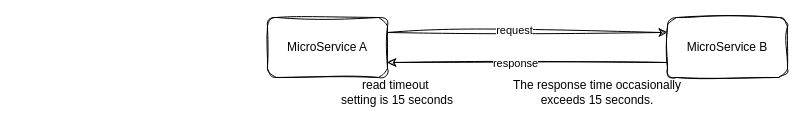
csmervyn/csmervyn.github.io keeps this draw.io diagram as spring-boot/rest-template/read-timeout-of-rest-template/read-timeout-issue.drawio. Above is the earlier version. Source tidied: cells renumbered, new cells numbered last; positions are measured from the earlier drawing's top-left corner, leaving out a move shared by most shapes. Both pictures are drawn from the tidied source at 100%, with x=0, y=0 at pixel (267, 17).
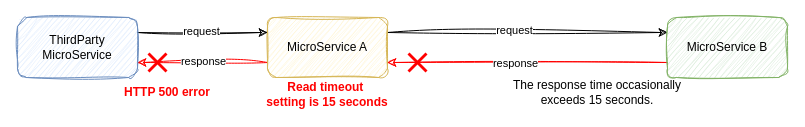
The same diagram, later.

Commit message:
deploy: csmervyn/csmervyn-blog@9abb2a40b2fecd84b5fe80370f40a26dba260110

Change to the diagram source:
```diff
@@
 <mxGraphModel>
   <root>
     <mxCell id="0" />
     <mxCell id="1" parent="0" />
     <mxCell id="2" style="edgeStyle=orthogonalEdgeStyle;rounded=0;jettySize=auto;html=1;exitX=1;exitY=0.25;exitDx=0;exitDy=0;entryX=0;entryY=0.25;entryDx=0;entryDy=0;sketch=1;curveFitting=1;jiggle=2;" parent="1" edge="1" source="4" target="7">
       <mxGeometry relative="1" as="geometry" />
     </mxCell>
     <mxCell id="3" value="request" style="edgeLabel;html=1;align=center;verticalAlign=middle;" parent="2" vertex="1">
       <mxGeometry x="-0.1" y="2" relative="1" as="geometry" />
     </mxCell>
+    <mxCell id="10" style="edgeStyle=orthogonalEdgeStyle;rounded=0;jettySize=auto;html=1;exitX=0;exitY=0.75;exitDx=0;exitDy=0;entryX=1;entryY=0.75;entryDx=0;entryDy=0;strokeColor=#FF0000;sketch=1;curveFitting=1;jiggle=2;" parent="1" edge="1" source="4" target="14">
+      <mxGeometry relative="1" as="geometry" />
+    </mxCell>
+    <mxCell id="11" value="response" style="edgeLabel;html=1;align=center;verticalAlign=middle;" parent="10" vertex="1">
+      <mxGeometry y="-2" relative="1" as="geometry" />
+    </mxCell>
-    <mxCell id="4" value="MicroService A" style="rounded=1;whiteSpace=wrap;html=1;sketch=1;curveFitting=1;jiggle=2;" parent="1" vertex="1">
+    <mxCell id="4" value="MicroService A" style="rounded=1;whiteSpace=wrap;html=1;sketch=1;curveFitting=1;jiggle=2;fillColor=#fff2cc;strokeColor=#d6b656;" parent="1" vertex="1">
       <mxGeometry width="120" height="60" as="geometry" />
     </mxCell>
-    <mxCell id="5" style="edgeStyle=orthogonalEdgeStyle;rounded=0;jettySize=auto;html=1;exitX=0;exitY=0.75;exitDx=0;exitDy=0;entryX=1;entryY=0.75;entryDx=0;entryDy=0;sketch=1;curveFitting=1;jiggle=2;" parent="1" edge="1" source="7" target="4">
+    <mxCell id="5" style="edgeStyle=orthogonalEdgeStyle;rounded=0;jettySize=auto;html=1;exitX=0;exitY=0.75;exitDx=0;exitDy=0;sketch=1;curveFitting=1;jiggle=2;entryX=1;entryY=0.75;entryDx=0;entryDy=0;strokeColor=#FF0000;" parent="1" edge="1" source="7" target="4">
       <mxGeometry relative="1" as="geometry" />
     </mxCell>
     <mxCell id="6" value="response" style="edgeLabel;html=1;align=center;verticalAlign=middle;" parent="5" vertex="1">
       <mxGeometry x="0.09" relative="1" as="geometry" />
     </mxCell>
-    <mxCell id="7" value="MicroService B" style="rounded=1;whiteSpace=wrap;html=1;sketch=1;curveFitting=1;jiggle=2;" parent="1" vertex="1">
+    <mxCell id="7" value="MicroService B" style="rounded=1;whiteSpace=wrap;html=1;sketch=1;curveFitting=1;jiggle=2;fillColor=#d5e8d4;strokeColor=#82b366;" parent="1" vertex="1">
       <mxGeometry x="400" width="120" height="60" as="geometry" />
     </mxCell>
-    <mxCell id="8" value="read timeout&amp;nbsp;&lt;div&gt;setting is 15 seconds&lt;/div&gt;" style="text;html=1;whiteSpace=wrap;strokeColor=none;fillColor=none;align=center;verticalAlign=middle;rounded=0;" parent="1" vertex="1">
-      <mxGeometry x="70" y="60" width="120" height="30" as="geometry" />
+    <mxCell id="8" value="&lt;b&gt;&lt;font style=&quot;color: rgb(255, 0, 0);&quot;&gt;Read timeout&amp;nbsp;&lt;/font&gt;&lt;/b&gt;&lt;div&gt;&lt;b&gt;&lt;font style=&quot;color: rgb(255, 0, 0);&quot;&gt;setting is 15 seconds&lt;/font&gt;&lt;/b&gt;&lt;/div&gt;" style="text;html=1;whiteSpace=wrap;strokeColor=none;fillColor=none;align=center;verticalAlign=middle;rounded=0;" parent="1" vertex="1">
+      <mxGeometry x="-10" y="62" width="140" height="30" as="geometry" />
     </mxCell>
     <mxCell id="9" value="The response time occasionally exceeds 15 seconds." style="text;html=1;whiteSpace=wrap;strokeColor=none;fillColor=none;align=center;verticalAlign=middle;rounded=0;" parent="1" vertex="1">
       <mxGeometry x="240" y="60" width="180" height="30" as="geometry" />
     </mxCell>
+    <mxCell id="12" style="edgeStyle=orthogonalEdgeStyle;rounded=0;jettySize=auto;html=1;exitX=1;exitY=0.25;exitDx=0;exitDy=0;entryX=0;entryY=0.25;entryDx=0;entryDy=0;sketch=1;curveFitting=1;jiggle=2;" parent="1" edge="1" source="14" target="4">
+      <mxGeometry relative="1" as="geometry" />
+    </mxCell>
+    <mxCell id="13" value="request" style="edgeLabel;html=1;align=center;verticalAlign=middle;" parent="12" vertex="1">
+      <mxGeometry x="-0.03" y="1" relative="1" as="geometry" />
+    </mxCell>
+    <mxCell id="14" value="ThirdParty MicroService" style="rounded=1;whiteSpace=wrap;html=1;sketch=1;curveFitting=1;jiggle=2;fillColor=#dae8fc;strokeColor=#6c8ebf;" parent="1" vertex="1">
+      <mxGeometry x="-250" width="120" height="60" as="geometry" />
+    </mxCell>
+    <mxCell id="15" value="&lt;b&gt;&lt;font style=&quot;color: rgb(255, 0, 0);&quot;&gt;HTTP 500 error&lt;/font&gt;&lt;/b&gt;" style="text;html=1;whiteSpace=wrap;strokeColor=none;fillColor=none;align=center;verticalAlign=middle;rounded=0;" parent="1" vertex="1">
+      <mxGeometry x="-160" y="60" width="120" height="30" as="geometry" />
+    </mxCell>
+    <mxCell id="16" style="shape=mxgraph.mockup.markup.redX;fillColor=#ff0000;html=1;shadow=0;whiteSpace=wrap;strokeColor=none;" parent="1" vertex="1">
+      <mxGeometry x="-120" y="35" width="20" height="20" as="geometry" />
+    </mxCell>
+    <mxCell id="17" style="shape=mxgraph.mockup.markup.redX;fillColor=#ff0000;html=1;shadow=0;whiteSpace=wrap;strokeColor=none;" parent="1" vertex="1">
+      <mxGeometry x="140" y="35" width="20" height="20" as="geometry" />
+    </mxCell>
   </root>
 </mxGraphModel>
```
